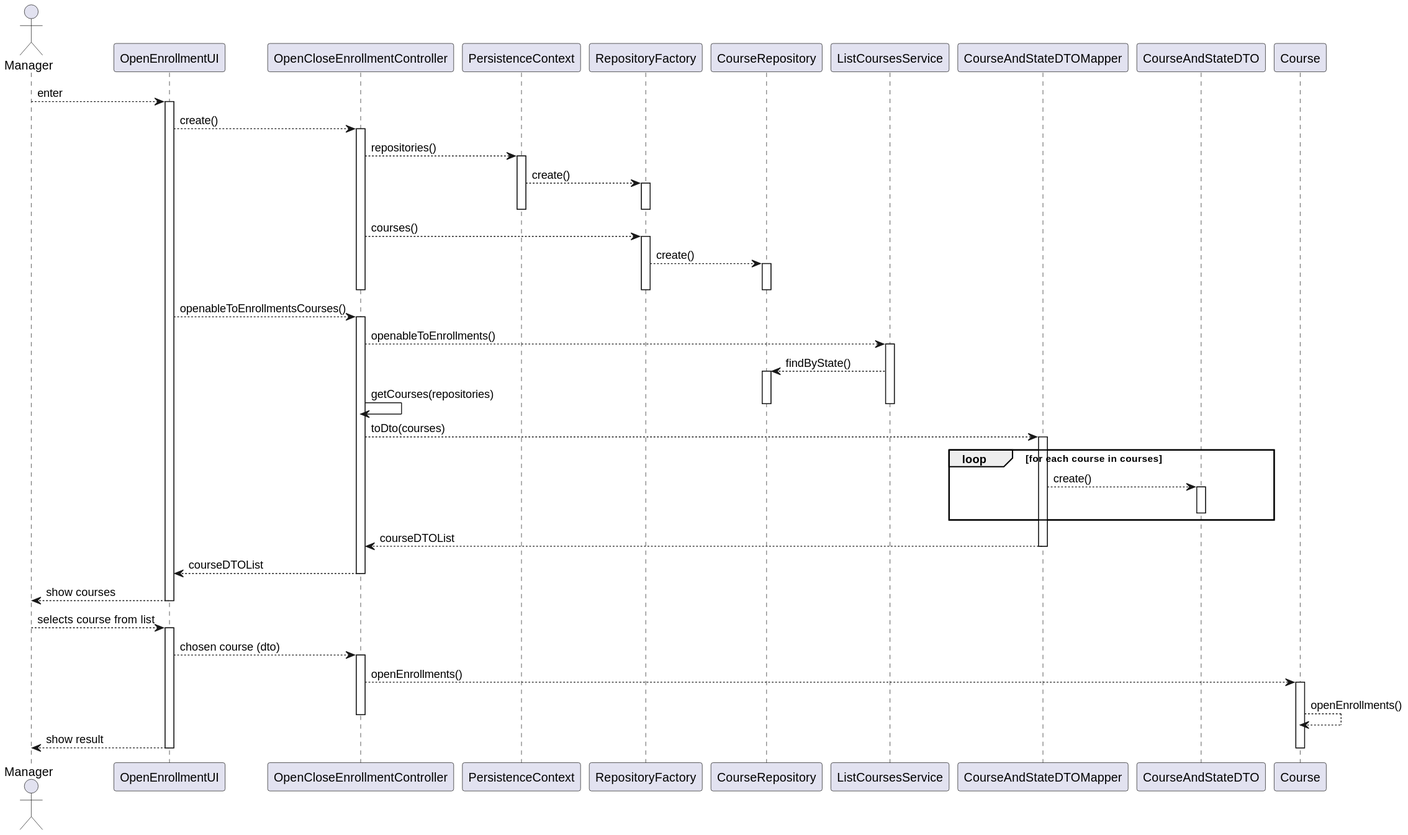
Before: docs/us_1003/openEnrollmentSD.svg, a diagram exported from PlantUML (jovami/isep-lapr4). Its diagram source:
```plantuml
@startuml
actor Manager as user
participant OpenEnrollmentUI as ui
participant OpenCloseEnrollmentController as ctrl

participant PersistenceContext as ctx
participant RepositoryFactory as rep_fac
participant CourseRepository as repo

participant ListCoursesService as svc

participant CourseAndStateDTOMapper as mapper
participant CourseAndStateDTO as dto

participant Course as course

user --> ui: enter

activate ui
    ui --> ctrl: create()
    activate ctrl
        ctrl --> ctx: repositories()
        activate ctx
            ctx --> rep_fac: create()
            activate rep_fac
            deactivate rep_fac
        deactivate ctx

        ctrl --> rep_fac: courses()
        activate rep_fac
            rep_fac --> repo: create()
            activate repo
            deactivate repo
        deactivate rep_fac
    deactivate ctrl


    ui --> ctrl: openableToEnrollmentsCourses()
    activate ctrl
        ctrl --> svc: openableToEnrollments()
        activate svc
            svc --> repo: findByState()
            activate repo

            ctrl -> ctrl: getCourses(repositories)
            deactivate repo
        deactivate svc

        ctrl --> mapper: toDto(courses)
        activate mapper
            loop for each course in courses
                mapper --> dto: create()
                activate dto
                deactivate dto
            end loop
            mapper --> ctrl: courseDTOList
        deactivate mapper

        ctrl --> ui: courseDTOList
    deactivate ctrl

    ui --> user: show courses
deactivate ui

user --> ui: selects course from list
activate ui
    ui --> ctrl: chosen course (dto)
    activate ctrl
        ctrl --> course: openEnrollments()

        activate course
            course --> course: openEnrollments()

    deactivate ctrl


    ui --> user: show result
    deactivate course
deactivate ui
@enduml
```
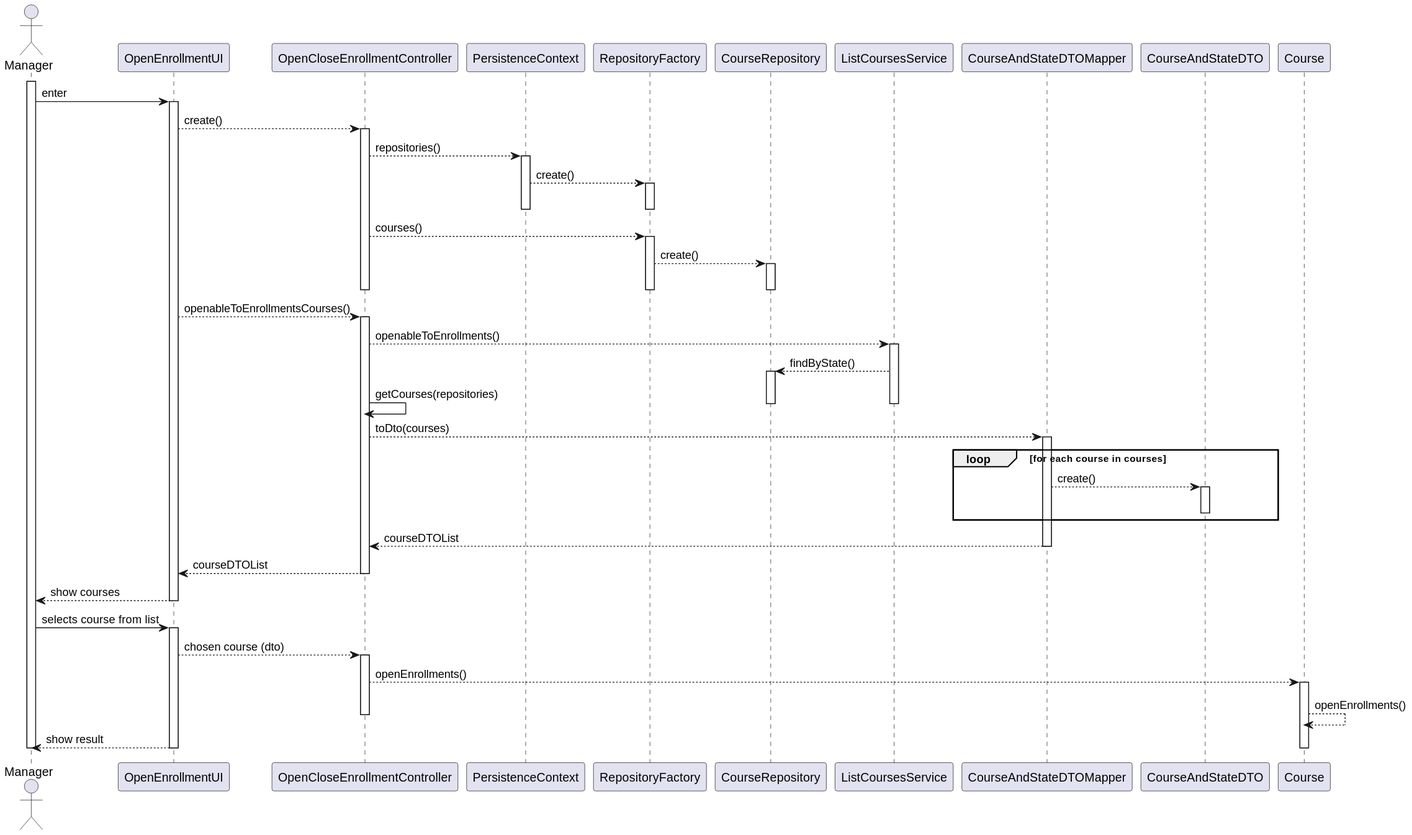
Above is the later version.

What changed in the source:
```diff
@@ -14,7 +14,8 @@
 
 participant Course as course
 
-user --> ui: enter
+activate user
+user -> ui: enter
 
 activate ui
     ui --> ctrl: create()
@@ -62,7 +63,7 @@
     ui --> user: show courses
 deactivate ui
 
-user --> ui: selects course from list
+user -> ui: selects course from list
 activate ui
     ui --> ctrl: chosen course (dto)
     activate ctrl
@@ -77,4 +78,5 @@
     ui --> user: show result
     deactivate course
 deactivate ui
+deactivate user
 @enduml
```
